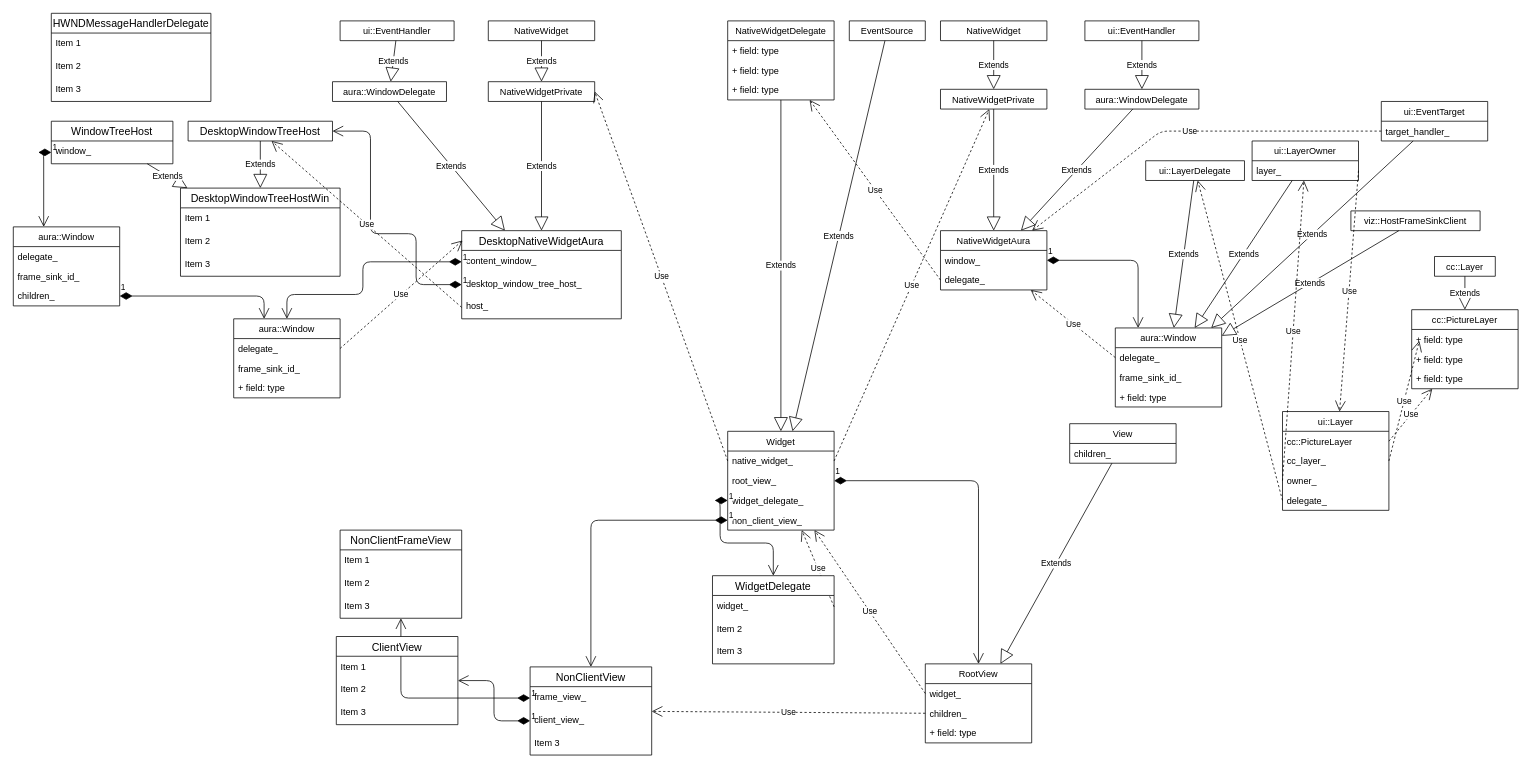
Above: page "Page-1" (1 of 2) of understanding/Widget_Desktop.drawio in ambiesoft/gsrc (draw.io), before the change. Source tidied: cells renumbered, new cells numbered last; positions are measured from the earlier drawing's top-left corner, leaving out a move shared by most shapes. Both pictures are drawn from the tidied source at 76%, with x=0, y=0 at pixel (13, 13).
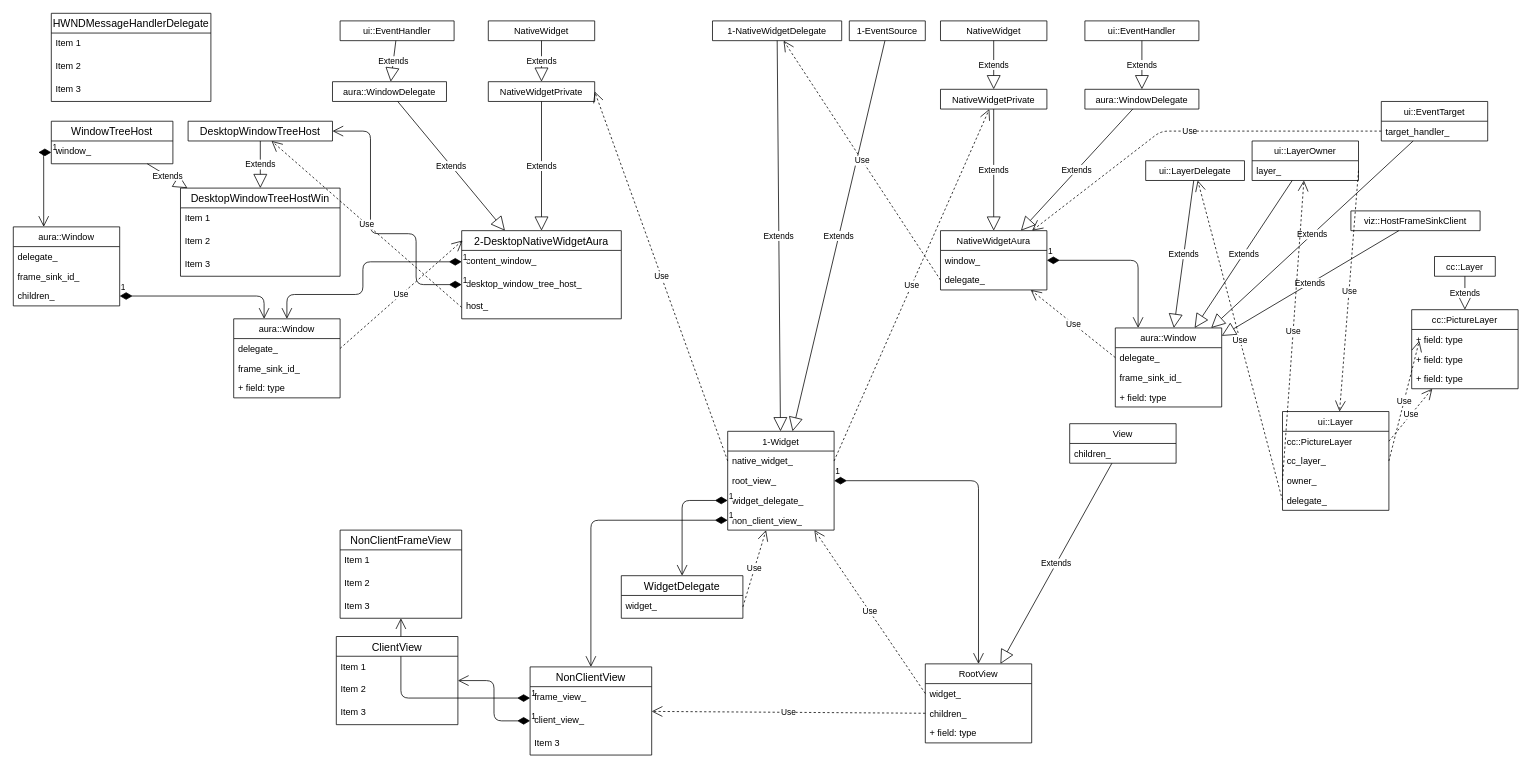
The same diagram, later.

Diff of the diagram source:
```diff
@@
-    <mxCell id="3" value="EventSource" style="swimlane;fontStyle=0;horizontal=1;startSize=26;fillColor=none;" parent="1" vertex="1" collapsed="1">
+    <mxCell id="3" value="1-EventSource" style="swimlane;fontStyle=0;horizontal=1;startSize=26;fillColor=none;" parent="1" vertex="1" collapsed="1">
       <mxGeometry x="1100" y="10" width="100" height="26" as="geometry" />
     </mxCell>
@@
-    <mxCell id="42" value="Widget" style="swimlane;fontStyle=0;horizontal=1;startSize=26;fillColor=none;" parent="1" vertex="1">
+    <mxCell id="42" value="1-Widget" style="swimlane;fontStyle=0;horizontal=1;startSize=26;fillColor=none;" parent="1" vertex="1">
       <mxGeometry x="940" y="550" width="140" height="130" as="geometry" />
     </mxCell>
@@
-    <mxCell id="59" value="NativeWidgetDelegate" style="swimlane;fontStyle=0;horizontal=1;startSize=26;fillColor=none;" parent="1" vertex="1">
-      <mxGeometry x="940" y="10" width="140" height="104" as="geometry" />
+    <mxCell id="59" value="1-NativeWidgetDelegate" style="swimlane;fontStyle=0;horizontal=1;startSize=26;fillColor=none;" parent="1" vertex="1" collapsed="1">
+      <mxGeometry x="920" y="10" width="170" height="26" as="geometry" />
     </mxCell>
-    <mxCell id="60" value="+ field: type" style="text;strokeColor=none;fillColor=none;align=left;verticalAlign=top;spacingLeft=4;spacingRight=4;overflow=hidden;" parent="59" vertex="1">
-      <mxGeometry y="26" width="140" height="26" as="geometry" />
-    </mxCell>
-    <mxCell id="61" value="+ field: type" style="text;strokeColor=none;fillColor=none;align=left;verticalAlign=top;spacingLeft=4;spacingRight=4;overflow=hidden;" parent="59" vertex="1">
-      <mxGeometry y="52" width="140" height="26" as="geometry" />
-    </mxCell>
-    <mxCell id="62" value="+ field: type" style="text;strokeColor=none;fillColor=none;align=left;verticalAlign=top;spacingLeft=4;spacingRight=4;overflow=hidden;" parent="59" vertex="1">
-      <mxGeometry y="78" width="140" height="26" as="geometry" />
-    </mxCell>
@@
-    <mxCell id="65" value="DesktopNativeWidgetAura" style="swimlane;fontStyle=0;horizontal=1;startSize=26;align=center;fontSize=14;" parent="1" vertex="1">
+    <mxCell id="65" value="2-DesktopNativeWidgetAura" style="swimlane;fontStyle=0;horizontal=1;startSize=26;align=center;fontSize=14;" parent="1" vertex="1">
       <mxGeometry x="590" y="286" width="210" height="116" as="geometry" />
     </mxCell>
@@
-    <mxCell id="82" value="WidgetDelegate" style="swimlane;fontStyle=0;horizontal=1;startSize=26;align=center;fontSize=14;" parent="1" vertex="1">
-      <mxGeometry x="920" y="740" width="160" height="116" as="geometry" />
-    </mxCell>
-    <mxCell id="83" value="widget_" style="text;strokeColor=none;fillColor=none;spacingLeft=4;spacingRight=4;overflow=hidden;points=[[0,0.5],[1,0.5]];portConstraint=eastwest;fontSize=12;" parent="82" vertex="1">
-      <mxGeometry y="26" width="160" height="30" as="geometry" />
-    </mxCell>
-    <mxCell id="84" value="Item 2" style="text;strokeColor=none;fillColor=none;spacingLeft=4;spacingRight=4;overflow=hidden;fontSize=12;" parent="82" vertex="1">
-      <mxGeometry y="56" width="160" height="30" as="geometry" />
-    </mxCell>
-    <mxCell id="85" value="Item 3" style="text;strokeColor=none;fillColor=none;spacingLeft=4;spacingRight=4;overflow=hidden;fontSize=12;" parent="82" vertex="1">
-      <mxGeometry y="86" width="160" height="30" as="geometry" />
-    </mxCell>
@@
+    <mxCell id="82" value="WidgetDelegate" style="swimlane;fontStyle=0;horizontal=1;startSize=26;align=center;fontSize=14;" parent="1" vertex="1">
+      <mxGeometry x="800" y="740" width="160" height="56" as="geometry" />
+    </mxCell>
+    <mxCell id="83" value="widget_" style="text;strokeColor=none;fillColor=none;spacingLeft=4;spacingRight=4;overflow=hidden;points=[[0,0.5],[1,0.5]];portConstraint=eastwest;fontSize=12;" parent="82" vertex="1">
+      <mxGeometry y="26" width="160" height="30" as="geometry" />
+    </mxCell>
```
